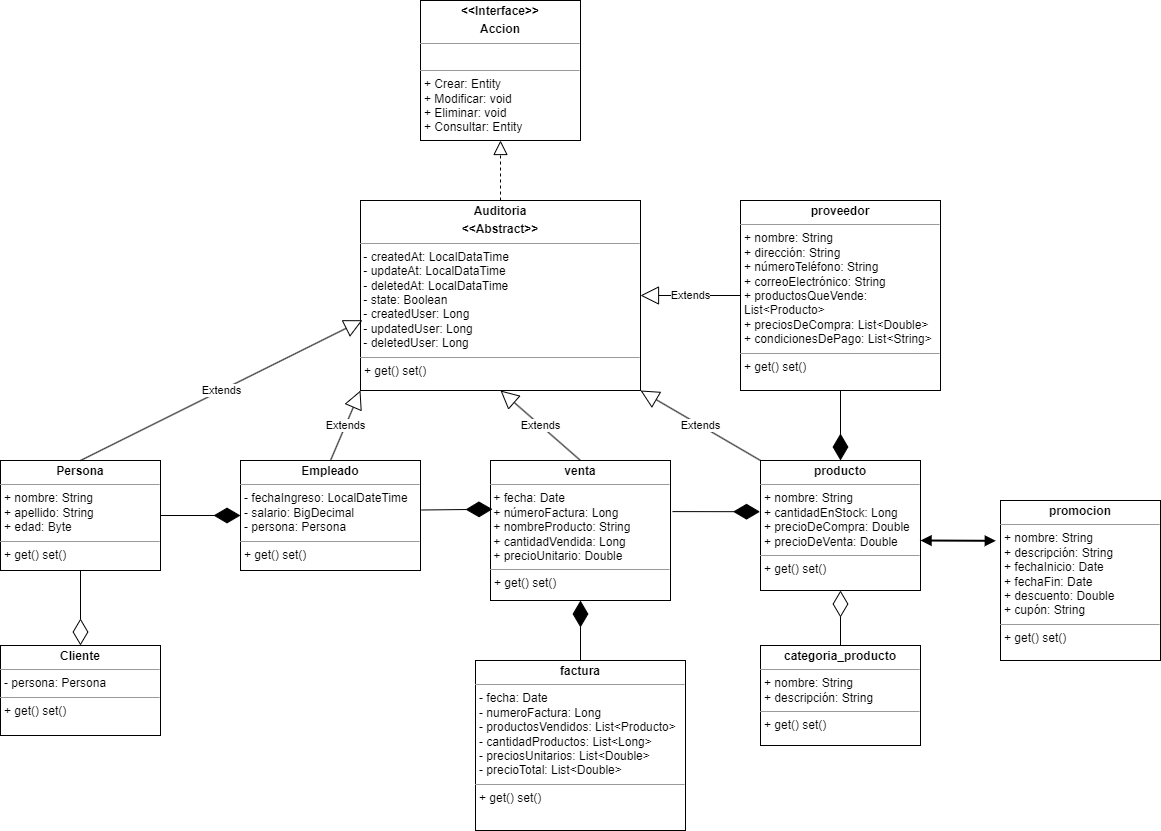
This is 4.Diagramas/Diagrama de Clases/Diagrama de clases - Proyecto.drawio.png from JJ0ta19/ProyectoAnalisisDeSistemas, a draw.io export, as it was before one commit. Source tidied: cells renumbered, new cells last; positions are measured from the earlier drawing's top-left corner, leaving out a move shared by most shapes.
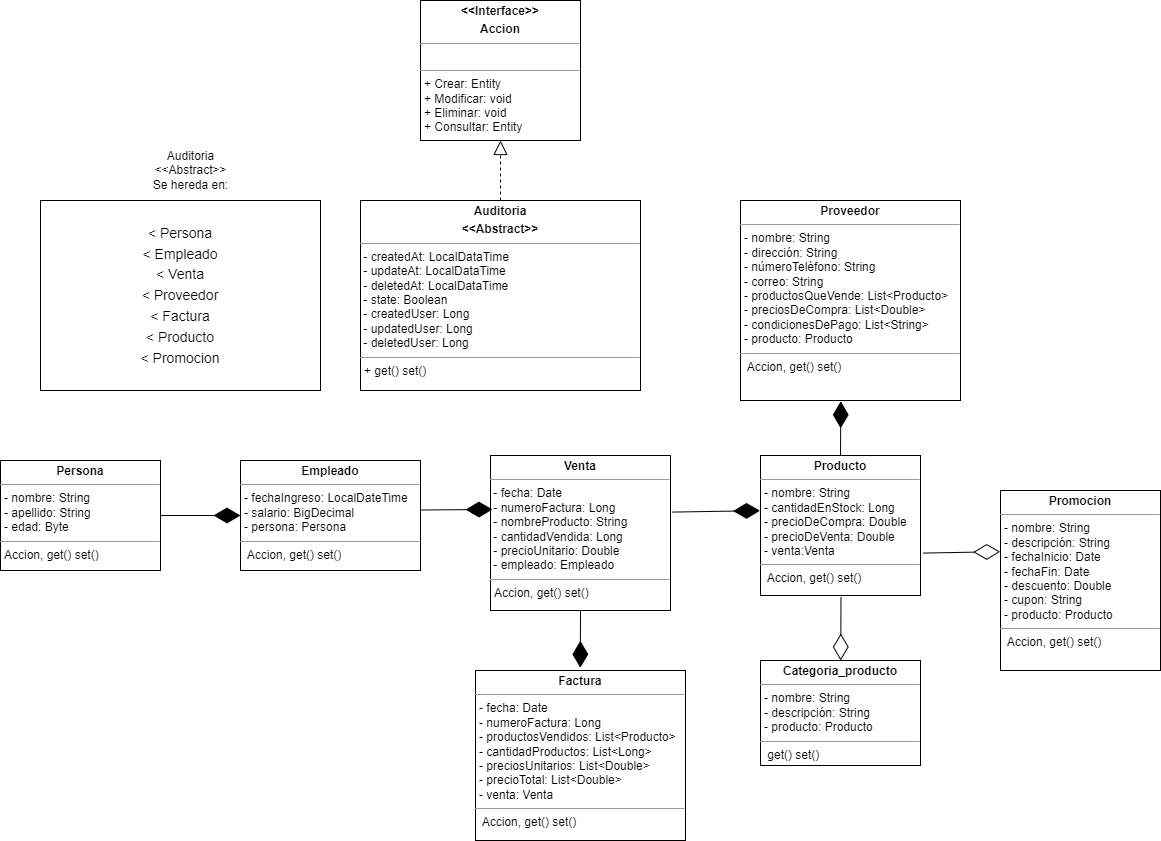
Later version of the same file.

Diff of the diagram source:
```diff
@@ -4,31 +4,23 @@
     <mxCell id="1" parent="0" />
-    <mxCell id="2" value="&lt;p style=&quot;margin:0px;margin-top:4px;text-align:center;&quot;&gt;&lt;b&gt;factura&lt;/b&gt;&lt;/p&gt;&lt;hr size=&quot;1&quot;&gt;&lt;p style=&quot;margin:0px;margin-left:4px;&quot;&gt;- fecha: Date&lt;br&gt;- numeroFactura: Long&lt;br&gt;- productosVendidos: List&amp;lt;Producto&amp;gt;&lt;br&gt;- cantidadProductos: List&amp;lt;Long&amp;gt;&lt;br&gt;- preciosUnitarios: List&amp;lt;Double&amp;gt;&lt;br&gt;- precioTotal: List&amp;lt;Double&amp;gt;&lt;br&gt;&lt;/p&gt;&lt;hr size=&quot;1&quot;&gt;&lt;p style=&quot;margin:0px;margin-left:4px;&quot;&gt;+ get() set()&lt;/p&gt;" style="verticalAlign=top;align=left;overflow=fill;fontSize=12;fontFamily=Helvetica;html=1;whiteSpace=wrap;" parent="1" vertex="1">
-      <mxGeometry x="475" y="660" width="210" height="170" as="geometry" />
+    <mxCell id="2" value="&lt;p style=&quot;margin:0px;margin-top:4px;text-align:center;&quot;&gt;&lt;b&gt;Factura&lt;/b&gt;&lt;/p&gt;&lt;hr size=&quot;1&quot;&gt;&lt;p style=&quot;margin:0px;margin-left:4px;&quot;&gt;- fecha: Date&lt;br&gt;- numeroFactura: Long&lt;br&gt;- productosVendidos: List&amp;lt;Producto&amp;gt;&lt;br&gt;- cantidadProductos: List&amp;lt;Long&amp;gt;&lt;br&gt;- preciosUnitarios: List&amp;lt;Double&amp;gt;&lt;br&gt;- precioTotal: List&amp;lt;Double&amp;gt;&lt;br&gt;&lt;/p&gt;&lt;p style=&quot;margin:0px;margin-left:4px;&quot;&gt;- venta: Venta&lt;/p&gt;&lt;hr size=&quot;1&quot;&gt;&lt;p style=&quot;margin:0px;margin-left:4px;&quot;&gt;&amp;nbsp;Accion, get() set()&lt;br&gt;&lt;/p&gt;" style="verticalAlign=top;align=left;overflow=fill;fontSize=12;fontFamily=Helvetica;html=1;whiteSpace=wrap;" parent="1" vertex="1">
+      <mxGeometry x="475" y="670" width="210" height="170" as="geometry" />
     </mxCell>
-    <mxCell id="3" value="&lt;p style=&quot;margin:0px;margin-top:4px;text-align:center;&quot;&gt;&lt;b&gt;producto&lt;/b&gt;&lt;/p&gt;&lt;hr size=&quot;1&quot;&gt;&lt;p style=&quot;margin:0px;margin-left:4px;&quot;&gt;+ nombre: String&lt;br&gt;    + cantidadEnStock: Long&lt;br&gt;    + precioDeCompra: Double&lt;br&gt;    + precioDeVenta: Double&lt;br&gt;&lt;/p&gt;&lt;hr size=&quot;1&quot;&gt;&lt;p style=&quot;margin:0px;margin-left:4px;&quot;&gt;+ get() set()&lt;br&gt;&lt;/p&gt;" style="verticalAlign=top;align=left;overflow=fill;fontSize=12;fontFamily=Helvetica;html=1;whiteSpace=wrap;" parent="1" vertex="1">
-      <mxGeometry x="760" y="460" width="160" height="130" as="geometry" />
+    <mxCell id="3" value="&lt;p style=&quot;margin:0px;margin-top:4px;text-align:center;&quot;&gt;&lt;b&gt;Producto&lt;/b&gt;&lt;/p&gt;&lt;hr size=&quot;1&quot;&gt;&lt;p style=&quot;margin:0px;margin-left:4px;&quot;&gt;- nombre: String&lt;br&gt;- cantidadEnStock: Long&lt;br&gt;- precioDeCompra: Double&lt;br&gt;- precioDeVenta: Double&lt;br&gt;&lt;/p&gt;&lt;p style=&quot;margin:0px;margin-left:4px;&quot;&gt;- venta:Venta&lt;/p&gt;&lt;hr size=&quot;1&quot;&gt;&lt;p style=&quot;margin:0px;margin-left:4px;&quot;&gt;&amp;nbsp;Accion, get() set()&lt;br&gt;&lt;/p&gt;" style="verticalAlign=top;align=left;overflow=fill;fontSize=12;fontFamily=Helvetica;html=1;whiteSpace=wrap;" parent="1" vertex="1">
+      <mxGeometry x="760" y="455" width="160" height="140" as="geometry" />
     </mxCell>
-    <mxCell id="4" value="&lt;p style=&quot;margin:0px;margin-top:4px;text-align:center;&quot;&gt;&lt;b&gt;venta&lt;/b&gt;&lt;/p&gt;&lt;hr size=&quot;1&quot;&gt;&lt;p style=&quot;margin:0px;margin-left:4px;&quot;&gt;&lt;/p&gt;&amp;nbsp;+ fecha: Date&lt;br&gt;&amp;nbsp;+ númeroFactura: Long&lt;br&gt;&amp;nbsp;+ nombreProducto: String&lt;br&gt;&amp;nbsp;+ cantidadVendida: Long&lt;br&gt;&amp;nbsp;+ precioUnitario: Double&lt;hr size=&quot;1&quot;&gt;&lt;p style=&quot;margin:0px;margin-left:4px;&quot;&gt;+ get() set()&lt;br&gt;&lt;/p&gt;" style="verticalAlign=top;align=left;overflow=fill;fontSize=12;fontFamily=Helvetica;html=1;whiteSpace=wrap;" parent="1" vertex="1">
-      <mxGeometry x="490" y="460" width="180" height="140" as="geometry" />
+    <mxCell id="4" value="&lt;p style=&quot;margin:0px;margin-top:4px;text-align:center;&quot;&gt;&lt;b&gt;Venta&lt;/b&gt;&lt;/p&gt;&lt;hr size=&quot;1&quot;&gt;&lt;p style=&quot;margin:0px;margin-left:4px;&quot;&gt;&lt;/p&gt;&amp;nbsp;- fecha: Date&lt;br&gt;&amp;nbsp;- numeroFactura: Long&lt;br&gt;&amp;nbsp;- nombreProducto: String&lt;br&gt;&amp;nbsp;- cantidadVendida: Long&lt;br&gt;&amp;nbsp;- precioUnitario: Double&lt;br&gt;&amp;nbsp;- empleado: Empleado&lt;br&gt;&lt;hr size=&quot;1&quot;&gt;&lt;p style=&quot;margin:0px;margin-left:4px;&quot;&gt;Accion, get() set()&lt;br&gt;&lt;/p&gt;" style="verticalAlign=top;align=left;overflow=fill;fontSize=12;fontFamily=Helvetica;html=1;whiteSpace=wrap;" parent="1" vertex="1">
+      <mxGeometry x="490" y="455" width="180" height="155" as="geometry" />
     </mxCell>
-    <mxCell id="5" value="&lt;p style=&quot;margin:0px;margin-top:4px;text-align:center;&quot;&gt;&lt;b&gt;proveedor&lt;/b&gt;&lt;/p&gt;&lt;hr size=&quot;1&quot;&gt;&lt;p style=&quot;margin:0px;margin-left:4px;&quot;&gt;&lt;span style=&quot;background-color: initial;&quot;&gt;+ nombre: String&lt;br&gt;    + dirección: String&lt;br&gt;    + númeroTeléfono: String&lt;br&gt;    + correoElectrónico: String&lt;br&gt;    + productosQueVende: List&amp;lt;Producto&amp;gt;&lt;br&gt;    + preciosDeCompra: List&amp;lt;Double&amp;gt;&lt;br&gt;    + condicionesDePago: List&amp;lt;String&amp;gt;&lt;/span&gt;&lt;/p&gt;&lt;hr size=&quot;1&quot;&gt;&lt;p style=&quot;margin:0px;margin-left:4px;&quot;&gt;+ get() set()&lt;br&gt;&lt;/p&gt;" style="verticalAlign=top;align=left;overflow=fill;fontSize=12;fontFamily=Helvetica;html=1;whiteSpace=wrap;" parent="1" vertex="1">
-      <mxGeometry x="740" y="200" width="200" height="190" as="geometry" />
+    <mxCell id="5" value="&lt;p style=&quot;margin:0px;margin-top:4px;text-align:center;&quot;&gt;&lt;b&gt;Proveedor&lt;/b&gt;&lt;/p&gt;&lt;hr size=&quot;1&quot;&gt;&lt;p style=&quot;margin:0px;margin-left:4px;&quot;&gt;&lt;span style=&quot;background-color: initial;&quot;&gt;- nombre: String&lt;br&gt;- dirección: String&lt;br&gt;- númeroTeléfono: String&lt;br&gt;- correo: String&lt;br&gt;- productosQueVende: List&amp;lt;Producto&amp;gt;&lt;br&gt;- preciosDeCompra: List&amp;lt;Double&amp;gt;&lt;br&gt;- condicionesDePago: List&amp;lt;String&amp;gt;&lt;/span&gt;&lt;/p&gt;&lt;p style=&quot;margin:0px;margin-left:4px;&quot;&gt;&lt;span style=&quot;background-color: initial;&quot;&gt;- producto: Producto&lt;/span&gt;&lt;/p&gt;&lt;hr size=&quot;1&quot;&gt;&lt;p style=&quot;margin:0px;margin-left:4px;&quot;&gt;&amp;nbsp;Accion, get() set()&lt;br&gt;&lt;/p&gt;" style="verticalAlign=top;align=left;overflow=fill;fontSize=12;fontFamily=Helvetica;html=1;whiteSpace=wrap;" parent="1" vertex="1">
+      <mxGeometry x="740" y="200" width="220" height="200" as="geometry" />
     </mxCell>
-    <mxCell id="6" value="&lt;p style=&quot;margin:0px;margin-top:4px;text-align:center;&quot;&gt;&lt;b&gt;categoria_producto&lt;/b&gt;&lt;/p&gt;&lt;hr size=&quot;1&quot;&gt;&lt;p style=&quot;margin:0px;margin-left:4px;&quot;&gt;&lt;span style=&quot;background-color: initial;&quot;&gt;+ nombre: String&lt;br&gt;    + descripción: String&lt;/span&gt;&lt;/p&gt;&lt;hr size=&quot;1&quot;&gt;&lt;p style=&quot;margin:0px;margin-left:4px;&quot;&gt;+ get() set()&lt;br&gt;&lt;/p&gt;" style="verticalAlign=top;align=left;overflow=fill;fontSize=12;fontFamily=Helvetica;html=1;whiteSpace=wrap;" parent="1" vertex="1">
-      <mxGeometry x="760" y="645" width="160" height="100" as="geometry" />
+    <mxCell id="6" value="&lt;p style=&quot;margin:0px;margin-top:4px;text-align:center;&quot;&gt;&lt;b&gt;Categoria_producto&lt;/b&gt;&lt;/p&gt;&lt;hr size=&quot;1&quot;&gt;&lt;p style=&quot;margin:0px;margin-left:4px;&quot;&gt;&lt;span style=&quot;background-color: initial;&quot;&gt;- nombre: String&lt;br&gt;- descripción: String&lt;/span&gt;&lt;/p&gt;&lt;p style=&quot;margin:0px;margin-left:4px;&quot;&gt;- producto: Producto&lt;/p&gt;&lt;hr size=&quot;1&quot;&gt;&lt;p style=&quot;margin:0px;margin-left:4px;&quot;&gt;&amp;nbsp;get() set()&lt;br&gt;&lt;/p&gt;" style="verticalAlign=top;align=left;overflow=fill;fontSize=12;fontFamily=Helvetica;html=1;whiteSpace=wrap;" parent="1" vertex="1">
+      <mxGeometry x="760" y="660" width="160" height="105" as="geometry" />
     </mxCell>
-    <mxCell id="7" value="&lt;p style=&quot;margin:0px;margin-top:4px;text-align:center;&quot;&gt;&lt;b&gt;promocion&lt;/b&gt;&lt;/p&gt;&lt;hr size=&quot;1&quot;&gt;&lt;p style=&quot;margin:0px;margin-left:4px;&quot;&gt;&lt;span style=&quot;background-color: initial;&quot;&gt;+ nombre: String&lt;/span&gt;&lt;br&gt;&lt;/p&gt;&lt;p style=&quot;margin:0px;margin-left:4px;&quot;&gt;    + descripción: String&lt;br&gt;    + fechaInicio: Date&lt;br&gt;    + fechaFin: Date&lt;br&gt;    + descuento: Double&lt;br&gt;    + cupón: String&lt;br&gt;&lt;/p&gt;&lt;hr size=&quot;1&quot;&gt;&lt;p style=&quot;margin:0px;margin-left:4px;&quot;&gt;+ get() set()&lt;br&gt;&lt;/p&gt;" style="verticalAlign=top;align=left;overflow=fill;fontSize=12;fontFamily=Helvetica;html=1;whiteSpace=wrap;" parent="1" vertex="1">
-      <mxGeometry x="1000" y="500" width="160" height="160" as="geometry" />
+    <mxCell id="7" value="&lt;p style=&quot;margin:0px;margin-top:4px;text-align:center;&quot;&gt;&lt;b&gt;Promocion&lt;/b&gt;&lt;/p&gt;&lt;hr size=&quot;1&quot;&gt;&lt;p style=&quot;margin:0px;margin-left:4px;&quot;&gt;&lt;span style=&quot;background-color: initial;&quot;&gt;- nombre: String&lt;/span&gt;&lt;br&gt;&lt;/p&gt;&lt;p style=&quot;margin:0px;margin-left:4px;&quot;&gt;- descripción: String&lt;br&gt;- fechaInicio: Date&lt;br&gt;- fechaFin: Date&lt;br&gt;- descuento: Double&lt;br&gt;- cupon: String&lt;br&gt;&lt;/p&gt;&lt;p style=&quot;margin:0px;margin-left:4px;&quot;&gt;- producto: Producto&lt;/p&gt;&lt;hr size=&quot;1&quot;&gt;&lt;p style=&quot;margin:0px;margin-left:4px;&quot;&gt;&amp;nbsp;Accion, get() set()&lt;br&gt;&lt;/p&gt;" style="verticalAlign=top;align=left;overflow=fill;fontSize=12;fontFamily=Helvetica;html=1;whiteSpace=wrap;" parent="1" vertex="1">
+      <mxGeometry x="1000" y="490" width="160" height="180" as="geometry" />
     </mxCell>
-    <mxCell id="8" value="&lt;p style=&quot;margin:0px;margin-top:4px;text-align:center;&quot;&gt;&lt;b&gt;Cliente&lt;/b&gt;&lt;/p&gt;&lt;hr size=&quot;1&quot;&gt;&lt;p style=&quot;margin:0px;margin-left:4px;&quot;&gt;- persona: Persona&lt;/p&gt;&lt;hr size=&quot;1&quot;&gt;&lt;p style=&quot;margin:0px;margin-left:4px;&quot;&gt;+ get() set()&lt;br&gt;&lt;/p&gt;" style="verticalAlign=top;align=left;overflow=fill;fontSize=12;fontFamily=Helvetica;html=1;whiteSpace=wrap;" parent="1" vertex="1">
-      <mxGeometry y="645" width="160" height="90" as="geometry" />
-    </mxCell>
-    <mxCell id="9" style="endArrow=diamondThin;endFill=1;endSize=24;html=1;rounded=0;entryX=0.5;entryY=0;entryDx=0;entryDy=0;exitX=0.5;exitY=1;exitDx=0;exitDy=0;" parent="1" edge="1" source="5" target="3">
+    <mxCell id="9" style="endArrow=diamondThin;endFill=1;endSize=24;html=1;rounded=0;entryX=0.456;entryY=1.004;entryDx=0;entryDy=0;exitX=0.5;exitY=0;exitDx=0;exitDy=0;entryPerimeter=0;" parent="1" edge="1" source="3" target="5">
       <mxGeometry relative="1" as="geometry" />
     </mxCell>
-    <mxCell id="10" style="endArrow=block;startArrow=block;endFill=1;startFill=1;html=1;rounded=0;entryX=-0.029;entryY=0.252;entryDx=0;entryDy=0;entryPerimeter=0;strokeWidth=2;" parent="1" edge="1" target="7">
-      <mxGeometry relative="1" as="geometry">
-        <mxPoint x="920" y="540" as="sourcePoint" />
-      </mxGeometry>
-    </mxCell>
     <mxCell id="11" value="&lt;p style=&quot;margin:0px;margin-top:4px;text-align:center;&quot;&gt;&lt;b&gt;Auditoria&lt;/b&gt;&lt;/p&gt;&lt;p style=&quot;margin:0px;margin-top:4px;text-align:center;&quot;&gt;&lt;b&gt;&amp;lt;&amp;lt;Abstract&amp;gt;&amp;gt;&lt;/b&gt;&lt;/p&gt;&lt;hr size=&quot;1&quot;&gt;&lt;p style=&quot;margin:0px;margin-left:4px;&quot;&gt;&lt;/p&gt;&amp;nbsp;- createdAt: LocalDataTime&lt;br&gt;&amp;nbsp;- updateAt: LocalDataTime&lt;br&gt;&amp;nbsp;- deletedAt: LocalDataTime&lt;br&gt;&amp;nbsp;- state: Boolean&lt;br&gt;&amp;nbsp;- createdUser: Long&lt;br&gt;&amp;nbsp;- updatedUser: Long&lt;br&gt;&amp;nbsp;- deletedUser: Long&lt;hr size=&quot;1&quot;&gt;&lt;p style=&quot;margin:0px;margin-left:4px;&quot;&gt;+ get() set()&lt;br&gt;&lt;/p&gt;" style="verticalAlign=top;align=left;overflow=fill;fontSize=12;fontFamily=Helvetica;html=1;whiteSpace=wrap;" parent="1" vertex="1">
@@ -39,11 +31,8 @@
     </mxCell>
-    <mxCell id="13" value="&lt;p style=&quot;margin:0px;margin-top:4px;text-align:center;&quot;&gt;&lt;b&gt;Empleado&lt;/b&gt;&lt;/p&gt;&lt;hr size=&quot;1&quot;&gt;&lt;p style=&quot;margin:0px;margin-left:4px;&quot;&gt;- fechaIngreso: LocalDateTime&lt;br style=&quot;border-color: var(--border-color);&quot;&gt;- salario: BigDecimal&lt;br style=&quot;border-color: var(--border-color);&quot;&gt;- persona: Persona&lt;br&gt;&lt;/p&gt;&lt;hr size=&quot;1&quot;&gt;&lt;p style=&quot;margin:0px;margin-left:4px;&quot;&gt;+ get() set()&lt;br&gt;&lt;/p&gt;" style="verticalAlign=top;align=left;overflow=fill;fontSize=12;fontFamily=Helvetica;html=1;whiteSpace=wrap;" parent="1" vertex="1">
+    <mxCell id="13" value="&lt;p style=&quot;margin:0px;margin-top:4px;text-align:center;&quot;&gt;&lt;b&gt;Empleado&lt;/b&gt;&lt;/p&gt;&lt;hr size=&quot;1&quot;&gt;&lt;p style=&quot;margin:0px;margin-left:4px;&quot;&gt;- fechaIngreso: LocalDateTime&lt;br style=&quot;border-color: var(--border-color);&quot;&gt;- salario: BigDecimal&lt;br style=&quot;border-color: var(--border-color);&quot;&gt;- persona: Persona&lt;br&gt;&lt;/p&gt;&lt;hr size=&quot;1&quot;&gt;&lt;p style=&quot;margin:0px;margin-left:4px;&quot;&gt;&amp;nbsp;Accion, get() set()&lt;br&gt;&lt;/p&gt;" style="verticalAlign=top;align=left;overflow=fill;fontSize=12;fontFamily=Helvetica;html=1;whiteSpace=wrap;" parent="1" vertex="1">
       <mxGeometry x="240" y="460" width="180" height="110" as="geometry" />
     </mxCell>
-    <mxCell id="14" value="&lt;p style=&quot;margin:0px;margin-top:4px;text-align:center;&quot;&gt;&lt;b&gt;Persona&lt;/b&gt;&lt;/p&gt;&lt;hr size=&quot;1&quot;&gt;&lt;p style=&quot;margin:0px;margin-left:4px;&quot;&gt;+ nombre: String&lt;br&gt;+ apellido: String&lt;br style=&quot;border-color: var(--border-color);&quot;&gt;+ edad: Byte&lt;br&gt;&lt;/p&gt;&lt;hr size=&quot;1&quot;&gt;&lt;p style=&quot;margin:0px;margin-left:4px;&quot;&gt;+ get() set()&lt;br&gt;&lt;/p&gt;" style="verticalAlign=top;align=left;overflow=fill;fontSize=12;fontFamily=Helvetica;html=1;whiteSpace=wrap;" parent="1" vertex="1">
+    <mxCell id="14" value="&lt;p style=&quot;margin:0px;margin-top:4px;text-align:center;&quot;&gt;&lt;b&gt;Persona&lt;/b&gt;&lt;/p&gt;&lt;hr size=&quot;1&quot;&gt;&lt;p style=&quot;margin:0px;margin-left:4px;&quot;&gt;- nombre: String&lt;br&gt;- apellido: String&lt;br style=&quot;border-color: var(--border-color);&quot;&gt;- edad: Byte&lt;br&gt;&lt;/p&gt;&lt;hr size=&quot;1&quot;&gt;&lt;p style=&quot;margin:0px;margin-left:4px;&quot;&gt;Accion, get() set()&lt;br&gt;&lt;/p&gt;" style="verticalAlign=top;align=left;overflow=fill;fontSize=12;fontFamily=Helvetica;html=1;whiteSpace=wrap;" parent="1" vertex="1">
       <mxGeometry y="460" width="160" height="110" as="geometry" />
     </mxCell>
-    <mxCell id="15" style="endArrow=diamondThin;endFill=0;endSize=24;html=1;rounded=0;exitX=0.5;exitY=1;exitDx=0;exitDy=0;entryX=0.5;entryY=0;entryDx=0;entryDy=0;" parent="1" edge="1" source="14" target="8">
-      <mxGeometry relative="1" as="geometry" />
-    </mxCell>
     <mxCell id="16" style="endArrow=diamondThin;endFill=1;endSize=24;html=1;rounded=0;entryX=0;entryY=0.5;entryDx=0;entryDy=0;exitX=1;exitY=0.5;exitDx=0;exitDy=0;" parent="1" edge="1" source="14" target="13">
@@ -57,17 +46,2 @@
     </mxCell>
-    <mxCell id="19" value="Extends" style="endArrow=block;endSize=16;endFill=0;html=1;rounded=0;entryX=0.007;entryY=0.63;entryDx=0;entryDy=0;exitX=0.5;exitY=0;exitDx=0;exitDy=0;entryPerimeter=0;" parent="1" edge="1" source="14" target="11">
-      <mxGeometry relative="1" as="geometry" />
-    </mxCell>
-    <mxCell id="20" value="Extends" style="endArrow=block;endSize=16;endFill=0;html=1;rounded=0;exitX=0.5;exitY=0;exitDx=0;exitDy=0;entryX=0;entryY=1;entryDx=0;entryDy=0;" parent="1" edge="1" source="13" target="11">
-      <mxGeometry relative="1" as="geometry" />
-    </mxCell>
-    <mxCell id="21" value="Extends" style="endArrow=block;endSize=16;endFill=0;html=1;rounded=0;exitX=0.5;exitY=0;exitDx=0;exitDy=0;entryX=0.5;entryY=1;entryDx=0;entryDy=0;" parent="1" edge="1" source="4" target="11">
-      <mxGeometry relative="1" as="geometry" />
-    </mxCell>
-    <mxCell id="22" value="Extends" style="endArrow=block;endSize=16;endFill=0;html=1;rounded=0;exitX=0;exitY=0;exitDx=0;exitDy=0;entryX=1;entryY=1;entryDx=0;entryDy=0;" parent="1" edge="1" source="3" target="11">
-      <mxGeometry relative="1" as="geometry" />
-    </mxCell>
-    <mxCell id="23" value="Extends" style="endArrow=block;endSize=16;endFill=0;html=1;rounded=0;exitX=0;exitY=0.5;exitDx=0;exitDy=0;entryX=1;entryY=0.5;entryDx=0;entryDy=0;" parent="1" edge="1" source="5" target="11">
-      <mxGeometry relative="1" as="geometry" />
-    </mxCell>
     <mxCell id="24" style="endArrow=block;dashed=1;endFill=0;endSize=12;html=1;rounded=0;entryX=0.5;entryY=1;entryDx=0;entryDy=0;exitX=0.5;exitY=0;exitDx=0;exitDy=0;" parent="1" edge="1" source="11" target="12">
@@ -75,8 +49,17 @@
     </mxCell>
-    <mxCell id="25" style="endArrow=diamondThin;endFill=0;endSize=24;html=1;rounded=0;exitX=0.5;exitY=0;exitDx=0;exitDy=0;entryX=0.5;entryY=1;entryDx=0;entryDy=0;" parent="1" edge="1" source="6" target="3">
+    <mxCell id="25" style="endArrow=diamondThin;endFill=0;endSize=24;html=1;rounded=0;exitX=0.503;exitY=1.014;exitDx=0;exitDy=0;exitPerimeter=0;" parent="1" edge="1" source="3" target="6">
       <mxGeometry relative="1" as="geometry" />
     </mxCell>
-    <mxCell id="26" style="endArrow=diamondThin;endFill=1;endSize=24;html=1;rounded=0;entryX=0.5;entryY=1;entryDx=0;entryDy=0;exitX=0.5;exitY=0;exitDx=0;exitDy=0;" parent="1" edge="1" source="2" target="4">
+    <mxCell id="26" style="endArrow=diamondThin;endFill=1;endSize=24;html=1;rounded=0;entryX=0.499;entryY=-0.016;entryDx=0;entryDy=0;exitX=0.5;exitY=1;exitDx=0;exitDy=0;entryPerimeter=0;" parent="1" edge="1" source="4" target="2">
       <mxGeometry relative="1" as="geometry" />
     </mxCell>
+    <mxCell id="27" style="endArrow=diamondThin;endFill=0;endSize=24;html=1;rounded=0;exitX=1.016;exitY=0.697;exitDx=0;exitDy=0;entryX=-0.002;entryY=0.34;entryDx=0;entryDy=0;entryPerimeter=0;exitPerimeter=0;" parent="1" edge="1" source="3" target="7">
+      <mxGeometry relative="1" as="geometry" />
+    </mxCell>
+    <mxCell id="28" value="&lt;p style=&quot;margin: 4px 0px 0px; font-size: 14px;&quot;&gt;&lt;font style=&quot;font-size: 14px;&quot;&gt;&lt;br&gt;&lt;/font&gt;&lt;/p&gt;&lt;p style=&quot;margin: 4px 0px 0px; font-size: 14px;&quot;&gt;&lt;font style=&quot;font-size: 14px;&quot;&gt;&amp;lt; Persona&lt;/font&gt;&lt;/p&gt;&lt;p style=&quot;margin: 4px 0px 0px; font-size: 14px;&quot;&gt;&lt;font style=&quot;font-size: 14px;&quot;&gt;&amp;lt; Empleado&lt;/font&gt;&lt;/p&gt;&lt;p style=&quot;margin: 4px 0px 0px; font-size: 14px;&quot;&gt;&lt;font style=&quot;font-size: 14px;&quot;&gt;&amp;lt; Venta&lt;/font&gt;&lt;/p&gt;&lt;p style=&quot;margin: 4px 0px 0px; font-size: 14px;&quot;&gt;&lt;font style=&quot;font-size: 14px;&quot;&gt;&amp;lt; Proveedor&lt;/font&gt;&lt;/p&gt;&lt;p style=&quot;margin: 4px 0px 0px; font-size: 14px;&quot;&gt;&lt;font style=&quot;font-size: 14px;&quot;&gt;&amp;lt; Factura&lt;/font&gt;&lt;/p&gt;&lt;p style=&quot;margin: 4px 0px 0px; font-size: 14px;&quot;&gt;&lt;font style=&quot;font-size: 14px;&quot;&gt;&amp;lt; Producto&lt;/font&gt;&lt;/p&gt;&lt;p style=&quot;margin: 4px 0px 0px; font-size: 14px;&quot;&gt;&lt;font style=&quot;font-size: 14px;&quot;&gt;&amp;lt; Promocion&lt;/font&gt;&lt;/p&gt;" style="verticalAlign=top;align=center;overflow=fill;fontSize=12;fontFamily=Helvetica;html=1;whiteSpace=wrap;" parent="1" vertex="1">
+      <mxGeometry x="40" y="200" width="280" height="190" as="geometry" />
+    </mxCell>
+    <mxCell id="29" value="Auditoria&lt;br&gt;&amp;lt;&amp;lt;Abstract&amp;gt;&amp;gt;&lt;br&gt;Se hereda en:" style="text;html=1;align=center;verticalAlign=middle;strokeColor=none;fillColor=none;" parent="1" vertex="1">
+      <mxGeometry x="140" y="140" width="100" height="60" as="geometry" />
+    </mxCell>
   </root>
```
